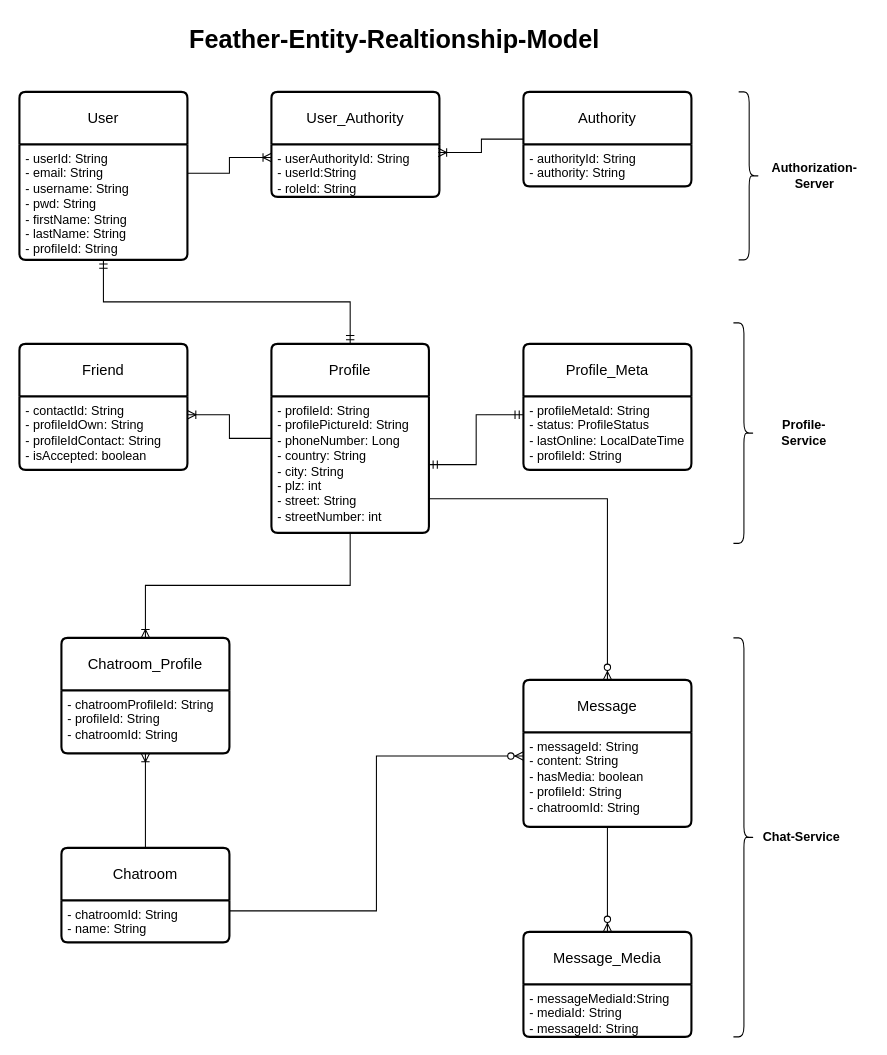
Earlier version of the draw.io diagram Feather-Tables.drawio (soner3/feather). Source tidied: cells renumbered, new cells numbered last; positions are measured from the earlier drawing's top-left corner, leaving out a move shared by most shapes. Both pictures are drawn from the tidied source at 105%, with x=0, y=0 at pixel (19, 18).
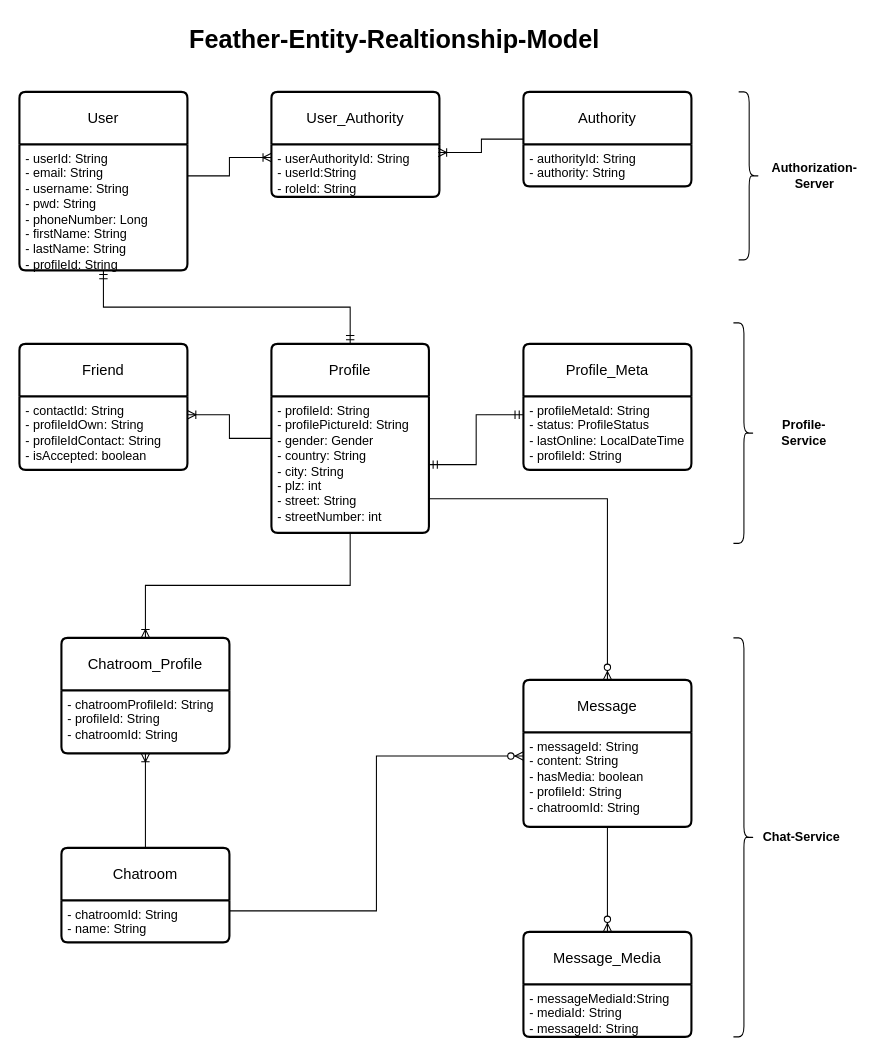
After the change.

The change refers to these unchanged cells:
```xml
<mxCell id="10" value="Profile" style="swimlane;horizontal=1;startSize=50;rounded=1;fontSize=14;fontStyle=0;strokeWidth=2;shadow=0;dashed=0;align=center;arcSize=4;whiteSpace=wrap;html=1;" parent="1" vertex="1">
  <mxGeometry x="240" y="310" width="150" height="180" as="geometry" />
</mxCell>
```

Diff of the diagram source:
```diff
@@
     <mxCell id="2" value="User" style="swimlane;horizontal=1;startSize=50;rounded=1;fontSize=14;fontStyle=0;strokeWidth=2;shadow=0;dashed=0;align=center;arcSize=4;whiteSpace=wrap;html=1;" parent="1" vertex="1">
-      <mxGeometry y="70" width="160" height="160" as="geometry" />
+      <mxGeometry y="70" width="160" height="170" as="geometry" />
     </mxCell>
-    <mxCell id="3" value="- userId: String&lt;br&gt;- email: String&lt;div&gt;- username: String&lt;/div&gt;&lt;div&gt;- pwd: String&lt;/div&gt;&lt;div&gt;&lt;div&gt;&lt;div&gt;- firstName: String&lt;/div&gt;&lt;div&gt;- lastName: String&lt;/div&gt;&lt;/div&gt;&lt;div&gt;- profileId: String&lt;/div&gt;&lt;/div&gt;&lt;div&gt;&lt;br&gt;&lt;/div&gt;" style="align=left;strokeColor=none;fillColor=none;spacingLeft=4;fontSize=12;verticalAlign=top;html=1;" parent="2" vertex="1">
-      <mxGeometry y="50" width="160" height="110" as="geometry" />
+    <mxCell id="3" value="- userId: String&lt;br&gt;- email: String&lt;div&gt;- username: String&lt;/div&gt;&lt;div&gt;- pwd: String&lt;/div&gt;&lt;div&gt;-&lt;span style=&quot;background-color: transparent; color: light-dark(rgb(0, 0, 0), rgb(255, 255, 255));&quot;&gt;&amp;nbsp;phoneNumber: Long&lt;/span&gt;&lt;/div&gt;&lt;div&gt;&lt;div&gt;&lt;div&gt;- firstName: String&lt;/div&gt;&lt;div&gt;- lastName: String&lt;/div&gt;&lt;/div&gt;&lt;div&gt;- profileId: String&lt;/div&gt;&lt;/div&gt;&lt;div&gt;&lt;br&gt;&lt;/div&gt;" style="align=left;strokeColor=none;fillColor=none;spacingLeft=4;fontSize=12;verticalAlign=top;html=1;" parent="2" vertex="1">
+      <mxGeometry y="50" width="160" height="120" as="geometry" />
     </mxCell>
@@
-    <mxCell id="11" value="&lt;div&gt;- profileId: String&lt;/div&gt;&lt;div&gt;- profilePictureId: String&lt;/div&gt;&lt;div&gt;- phoneNumber: Long&lt;/div&gt;&lt;div&gt;- country: String&lt;/div&gt;&lt;div&gt;- city: String&lt;/div&gt;&lt;div&gt;- plz: int&lt;/div&gt;&lt;div&gt;- street: String&lt;/div&gt;&lt;div&gt;- streetNumber: int&lt;/div&gt;" style="align=left;strokeColor=none;fillColor=none;spacingLeft=4;fontSize=12;verticalAlign=top;html=1;" parent="10" vertex="1">
+    <mxCell id="11" value="&lt;div&gt;- profileId: String&lt;/div&gt;&lt;div&gt;- profilePictureId: String&lt;/div&gt;&lt;div&gt;- gender: Gender&lt;/div&gt;&lt;div&gt;- country: String&lt;/div&gt;&lt;div&gt;- city: String&lt;/div&gt;&lt;div&gt;- plz: int&lt;/div&gt;&lt;div&gt;- street: String&lt;/div&gt;&lt;div&gt;- streetNumber: int&lt;/div&gt;" style="align=left;strokeColor=none;fillColor=none;spacingLeft=4;fontSize=12;verticalAlign=top;html=1;" parent="10" vertex="1">
       <mxGeometry y="50" width="150" height="130" as="geometry" />
     </mxCell>
```
